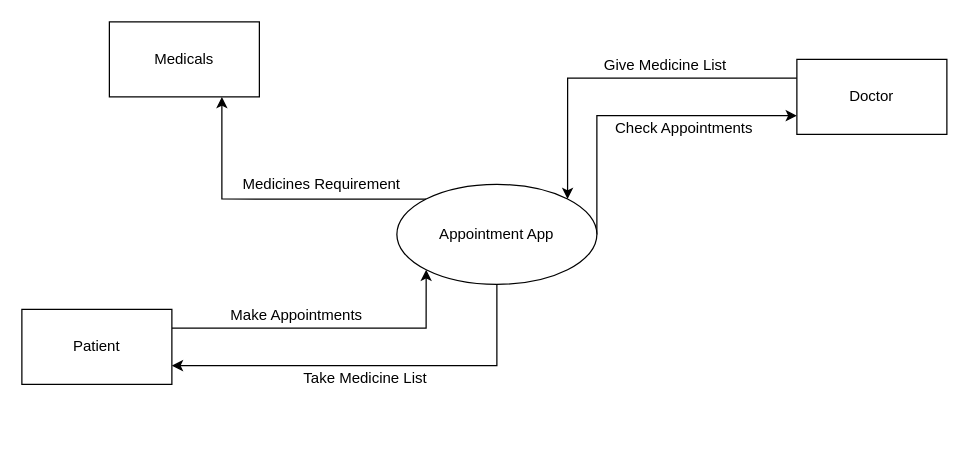
Before: design/CFD.dio in OutdatedGuy/Sem-4-Mini-Project, a draw.io diagram. Source tidied: cells renumbered, new cells numbered last; positions are measured from the earlier drawing's top-left corner, leaving out a move shared by most shapes. Both pictures are drawn from the tidied source at 125%, with x=0, y=0 at pixel (21, 21).
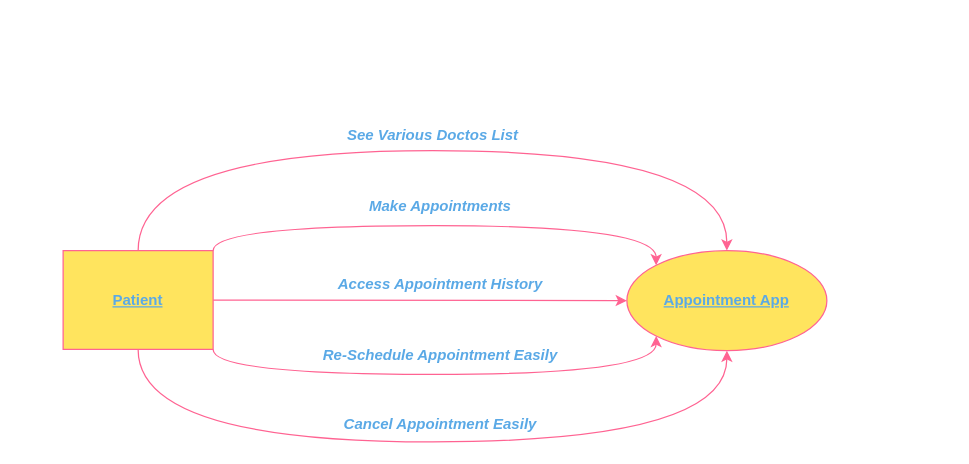
After the change.

Commit message (it also covers changes not shown here):
Updating CFD and Flowchart

Change to the diagram source:
```diff
@@
-<mxGraphModel>
+<mxGraphModel background="#ffffff">
@@
-    <mxCell id="2" style="edgeStyle=orthogonalEdgeStyle;rounded=0;orthogonalLoop=1;jettySize=auto;html=1;exitX=0.5;exitY=0;exitDx=0;exitDy=0;entryX=0.5;entryY=0;entryDx=0;entryDy=0;" parent="1" edge="1" source="6" target="6">
+    <mxCell id="2" style="edgeStyle=orthogonalEdgeStyle;orthogonalLoop=1;jettySize=auto;html=1;exitX=0.5;exitY=0;exitDx=0;exitDy=0;entryX=0.5;entryY=0;entryDx=0;entryDy=0;strokeColor=#FF6392;fontColor=#5AA9E6;curved=1;" parent="1" edge="1" source="6" target="6">
       <mxGeometry relative="1" as="geometry" />
     </mxCell>
-    <mxCell id="3" style="edgeStyle=orthogonalEdgeStyle;rounded=0;jettySize=auto;html=1;exitX=0.5;exitY=1;exitDx=0;exitDy=0;entryX=1;entryY=0.75;entryDx=0;entryDy=0;" parent="1" edge="1" source="6" target="8">
-      <mxGeometry relative="1" as="geometry" />
-    </mxCell>
-    <mxCell id="4" style="edgeStyle=orthogonalEdgeStyle;rounded=0;jettySize=auto;html=1;exitX=1;exitY=0.5;exitDx=0;exitDy=0;entryX=0;entryY=0.75;entryDx=0;entryDy=0;" parent="1" edge="1" source="6" target="10">
-      <mxGeometry relative="1" as="geometry">
-        <Array as="points">
-          <mxPoint x="460" y="75" />
-        </Array>
-      </mxGeometry>
-    </mxCell>
-    <mxCell id="5" style="edgeStyle=orthogonalEdgeStyle;rounded=0;jettySize=auto;html=1;exitX=0;exitY=0;exitDx=0;exitDy=0;entryX=0.75;entryY=1;entryDx=0;entryDy=0;" parent="1" edge="1" source="6" target="16">
-      <mxGeometry relative="1" as="geometry" />
-    </mxCell>
-    <mxCell id="6" value="Appointment App" style="ellipse;whiteSpace=wrap;html=1;" parent="1" vertex="1">
-      <mxGeometry x="300" y="130" width="160" height="80" as="geometry" />
+    <mxCell id="6" value="Appointment App" style="ellipse;whiteSpace=wrap;html=1;fontStyle=5;fillColor=#FFE45E;strokeColor=#FF6392;fontColor=#5AA9E6;" parent="1" vertex="1">
+      <mxGeometry x="484" y="183" width="160" height="80" as="geometry" />
     </mxCell>
-    <mxCell id="7" style="edgeStyle=orthogonalEdgeStyle;rounded=0;jettySize=auto;html=1;exitX=1;exitY=0.25;exitDx=0;exitDy=0;entryX=0;entryY=1;entryDx=0;entryDy=0;" parent="1" edge="1" source="8" target="6">
-      <mxGeometry relative="1" as="geometry" />
-    </mxCell>
+    <mxCell id="18" style="edgeStyle=orthogonalEdgeStyle;jettySize=auto;html=1;exitX=0.5;exitY=0;exitDx=0;exitDy=0;entryX=0.5;entryY=0;entryDx=0;entryDy=0;strokeColor=#FF6392;fontColor=#5AA9E6;curved=1;" parent="1" edge="1" source="8" target="6">
+      <mxGeometry relative="1" as="geometry">
+        <Array as="points">
+          <mxPoint x="93" y="103" />
+          <mxPoint x="564" y="103" />
+        </Array>
+      </mxGeometry>
+    </mxCell>
+    <mxCell id="19" style="edgeStyle=orthogonalEdgeStyle;jettySize=auto;html=1;exitX=1;exitY=0;exitDx=0;exitDy=0;entryX=0;entryY=0;entryDx=0;entryDy=0;strokeColor=#FF6392;fontColor=#5AA9E6;curved=1;" parent="1" edge="1" source="8" target="6">
+      <mxGeometry relative="1" as="geometry">
+        <Array as="points">
+          <mxPoint x="153" y="163" />
+          <mxPoint x="507" y="163" />
+        </Array>
+      </mxGeometry>
+    </mxCell>
+    <mxCell id="20" style="edgeStyle=orthogonalEdgeStyle;jettySize=auto;html=1;exitX=1;exitY=0.5;exitDx=0;exitDy=0;entryX=0;entryY=0.5;entryDx=0;entryDy=0;strokeColor=#FF6392;fontColor=#5AA9E6;curved=1;" parent="1" edge="1" source="8" target="6">
+      <mxGeometry relative="1" as="geometry" />
+    </mxCell>
+    <mxCell id="21" style="edgeStyle=orthogonalEdgeStyle;jettySize=auto;html=1;exitX=1;exitY=1;exitDx=0;exitDy=0;entryX=0;entryY=1;entryDx=0;entryDy=0;strokeColor=#FF6392;fontColor=#5AA9E6;curved=1;" parent="1" edge="1" source="8" target="6">
+      <mxGeometry relative="1" as="geometry">
+        <Array as="points">
+          <mxPoint x="153" y="282" />
+          <mxPoint x="507" y="282" />
+        </Array>
+      </mxGeometry>
+    </mxCell>
+    <mxCell id="22" style="edgeStyle=orthogonalEdgeStyle;jettySize=auto;html=1;exitX=0.5;exitY=1;exitDx=0;exitDy=0;entryX=0.5;entryY=1;entryDx=0;entryDy=0;strokeColor=#FF6392;fontColor=#5AA9E6;curved=1;" parent="1" edge="1" source="8" target="6">
+      <mxGeometry relative="1" as="geometry">
+        <Array as="points">
+          <mxPoint x="93" y="336" />
+          <mxPoint x="564" y="336" />
+        </Array>
+      </mxGeometry>
+    </mxCell>
-    <mxCell id="8" value="Patient" style="rounded=0;whiteSpace=wrap;html=1;" parent="1" vertex="1">
-      <mxGeometry y="230" width="120" height="60" as="geometry" />
+    <mxCell id="8" value="Patient" style="whiteSpace=wrap;html=1;fontStyle=5;fillColor=#FFE45E;strokeColor=#FF6392;fontColor=#5AA9E6;" parent="1" vertex="1">
+      <mxGeometry x="33" y="183" width="120" height="79" as="geometry" />
     </mxCell>
-    <mxCell id="9" style="edgeStyle=orthogonalEdgeStyle;rounded=0;jettySize=auto;html=1;exitX=0;exitY=0.25;exitDx=0;exitDy=0;entryX=1;entryY=0;entryDx=0;entryDy=0;" parent="1" edge="1" source="10" target="6">
-      <mxGeometry relative="1" as="geometry" />
-    </mxCell>
-    <mxCell id="10" value="Doctor" style="rounded=0;whiteSpace=wrap;html=1;" parent="1" vertex="1">
-      <mxGeometry x="620" y="30" width="120" height="60" as="geometry" />
-    </mxCell>
-    <mxCell id="11" value="Make Appointments" style="text;html=1;align=center;verticalAlign=middle;whiteSpace=wrap;rounded=0;" parent="1" vertex="1">
-      <mxGeometry x="140" y="220" width="160" height="30" as="geometry" />
+    <mxCell id="11" value="Make Appointments" style="text;html=1;align=center;verticalAlign=middle;whiteSpace=wrap;rotation=0;fontStyle=3;fontColor=#5AA9E6;" parent="1" vertex="1">
+      <mxGeometry x="255" y="133" width="160" height="30" as="geometry" />
     </mxCell>
-    <mxCell id="12" value="Give Medicine List" style="text;html=1;align=center;verticalAlign=middle;whiteSpace=wrap;rounded=0;" parent="1" vertex="1">
-      <mxGeometry x="410" y="20" width="210" height="30" as="geometry" />
-    </mxCell>
-    <mxCell id="13" style="edgeStyle=orthogonalEdgeStyle;rounded=0;orthogonalLoop=1;jettySize=auto;html=1;exitX=0.5;exitY=1;exitDx=0;exitDy=0;" parent="1" edge="1" source="11" target="11">
-      <mxGeometry relative="1" as="geometry" />
-    </mxCell>
-    <mxCell id="14" value="Take Medicine List" style="text;html=1;align=center;verticalAlign=middle;whiteSpace=wrap;rounded=0;" parent="1" vertex="1">
-      <mxGeometry x="170" y="270" width="210" height="30" as="geometry" />
-    </mxCell>
-    <mxCell id="15" value="Check Appointments" style="text;html=1;align=center;verticalAlign=middle;whiteSpace=wrap;rounded=0;" parent="1" vertex="1">
-      <mxGeometry x="450" y="70" width="160" height="30" as="geometry" />
-    </mxCell>
-    <mxCell id="16" value="Medicals" style="rounded=0;whiteSpace=wrap;html=1;" parent="1" vertex="1">
-      <mxGeometry x="70" width="120" height="60" as="geometry" />
-    </mxCell>
-    <mxCell id="17" value="Medicines Requirement" style="text;html=1;align=center;verticalAlign=middle;whiteSpace=wrap;rounded=0;" parent="1" vertex="1">
-      <mxGeometry x="150" y="110" width="180" height="40" as="geometry" />
-    </mxCell>
+    <mxCell id="23" value="Access Appointment History" style="text;html=1;strokeColor=none;fillColor=none;align=center;verticalAlign=middle;whiteSpace=wrap;rotation=0;fontStyle=3;fontColor=#5AA9E6;" parent="1" vertex="1">
+      <mxGeometry x="238" y="200" width="194" height="20" as="geometry" />
+    </mxCell>
+    <mxCell id="24" value="See Various Doctos List" style="text;html=1;strokeColor=none;fillColor=none;align=center;verticalAlign=middle;whiteSpace=wrap;rotation=0;fontStyle=3;fontColor=#5AA9E6;" parent="1" vertex="1">
+      <mxGeometry x="194" y="81" width="270" height="20" as="geometry" />
+    </mxCell>
+    <mxCell id="25" value="Re-Schedule Appointment Easily" style="text;html=1;strokeColor=none;fillColor=none;align=center;verticalAlign=middle;whiteSpace=wrap;fontStyle=3;fontColor=#5AA9E6;" parent="1" vertex="1">
+      <mxGeometry x="201" y="257" width="268" height="20" as="geometry" />
+    </mxCell>
+    <mxCell id="26" value="Cancel Appointment Easily" style="text;html=1;strokeColor=none;fillColor=none;align=center;verticalAlign=middle;whiteSpace=wrap;fontStyle=3;fontColor=#5AA9E6;" parent="1" vertex="1">
+      <mxGeometry x="201" y="312" width="268" height="20" as="geometry" />
+    </mxCell>
```
